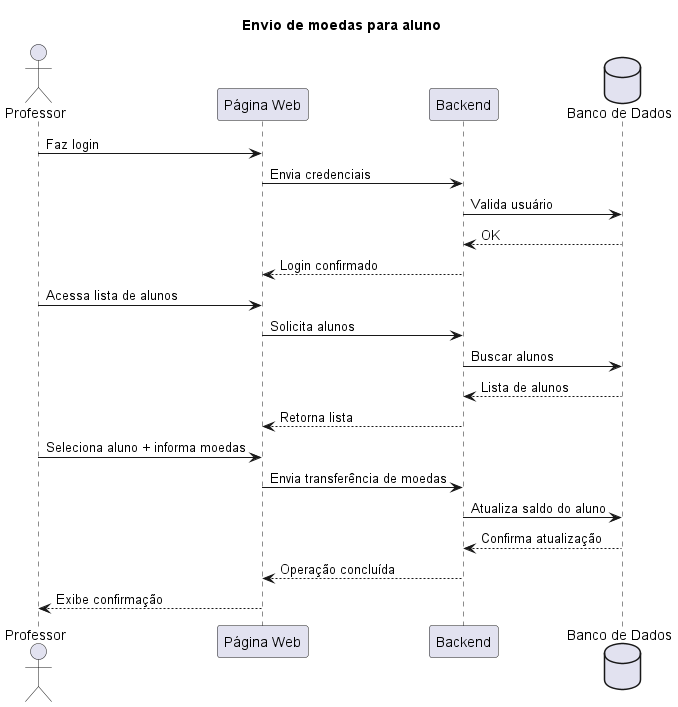
Earlier version of the PlantUML export docs/sequence-diagrams/EnvioMoedaProfessor.png (jjoaom/PS-PUCMG-StudentCoin). Source of this version:
```plantuml
@startuml
title "Envio de moedas para aluno"

actor Professor
participant "Página Web" as Frontend
participant "Backend" as Backend
database "Banco de Dados" as DB

Professor -> Frontend: Faz login
Frontend -> Backend: Envia credenciais
Backend -> DB: Valida usuário
DB --> Backend: OK
Backend --> Frontend: Login confirmado

Professor -> Frontend: Acessa lista de alunos
Frontend -> Backend: Solicita alunos
Backend -> DB: Buscar alunos
DB --> Backend: Lista de alunos
Backend --> Frontend: Retorna lista

Professor -> Frontend: Seleciona aluno + informa moedas
Frontend -> Backend: Envia transferência de moedas

Backend -> DB: Atualiza saldo do aluno
DB --> Backend: Confirma atualização

Backend --> Frontend: Operação concluída
Frontend --> Professor: Exibe confirmação

@enduml
```
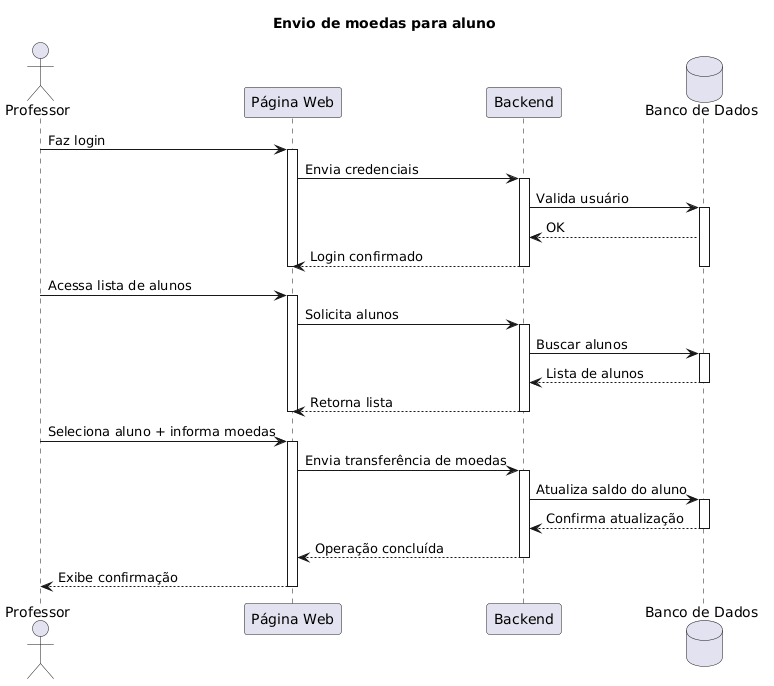
After the change.

The edit, as a diff of the source:
```diff
@@ -7,24 +7,41 @@
 database "Banco de Dados" as DB
 
 Professor -> Frontend: Faz login
+activate Frontend
 Frontend -> Backend: Envia credenciais
+activate Backend
 Backend -> DB: Valida usuário
+activate DB
 DB --> Backend: OK
 Backend --> Frontend: Login confirmado
+deactivate DB
+deactivate Backend
+deactivate Frontend
 
 Professor -> Frontend: Acessa lista de alunos
+activate Frontend
 Frontend -> Backend: Solicita alunos
+activate Backend
 Backend -> DB: Buscar alunos
+activate DB
 DB --> Backend: Lista de alunos
+deactivate DB
 Backend --> Frontend: Retorna lista
+deactivate Backend
+deactivate Frontend
+
 
 Professor -> Frontend: Seleciona aluno + informa moedas
+activate Frontend
 Frontend -> Backend: Envia transferência de moedas
+activate Backend
 
 Backend -> DB: Atualiza saldo do aluno
+activate DB
 DB --> Backend: Confirma atualização
-
+deactivate DB
 Backend --> Frontend: Operação concluída
+deactivate Backend
 Frontend --> Professor: Exibe confirmação
-
+deactivate Frontend
 @enduml
```
